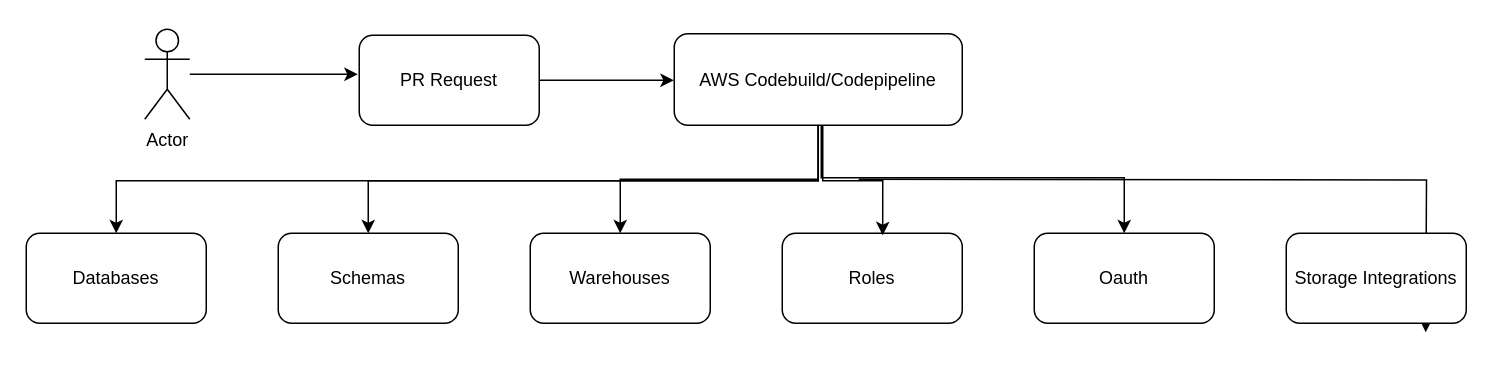
This is snowflake.drawio from SonakshiSrivastava08/draw.io, a draw.io file, before an edit. Source tidied: cells renumbered, new cells numbered last; positions are measured from the earlier drawing's top-left corner, leaving out a move shared by most shapes. Both pictures are drawn from the tidied source at 150%, with x=0, y=0 at pixel (26, 28).
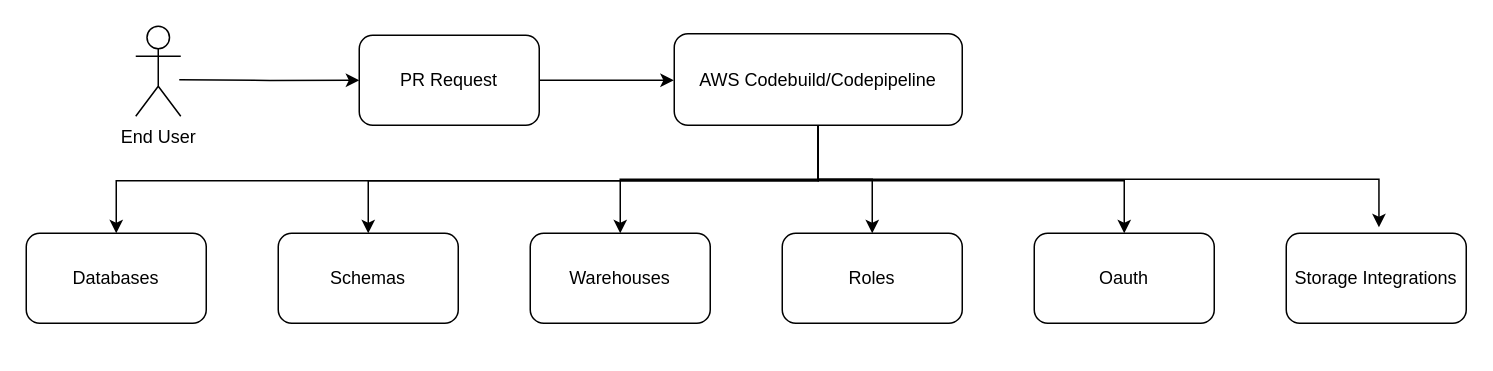
Above is the later version.

The change refers to these unchanged cells:
```xml
<mxCell id="5" value="PR Request" style="rounded=1;whiteSpace=wrap;html=1;" parent="1" vertex="1">
  <mxGeometry x="222" y="4" width="120" height="60" as="geometry" />
</mxCell>
<mxCell id="11" value="AWS Codebuild/Codepipeline" style="rounded=1;whiteSpace=wrap;html=1;" parent="1" vertex="1">
  <mxGeometry x="432" y="3" width="192" height="61" as="geometry" />
</mxCell>
<mxCell id="13" value="Oauth" style="rounded=1;whiteSpace=wrap;html=1;" parent="1" vertex="1">
  <mxGeometry x="672" y="136" width="120" height="60" as="geometry" />
</mxCell>
<mxCell id="14" value="Roles" style="rounded=1;whiteSpace=wrap;html=1;" parent="1" vertex="1">
  <mxGeometry x="504" y="136" width="120" height="60" as="geometry" />
</mxCell>
```

Change to the diagram source:
```diff
@@
-    <mxCell id="2" style="edgeStyle=orthogonalEdgeStyle;rounded=0;jettySize=auto;html=1;" parent="1" edge="1" source="3">
-      <mxGeometry relative="1" as="geometry">
-        <mxPoint x="221" y="30" as="targetPoint" />
-      </mxGeometry>
-    </mxCell>
-    <mxCell id="3" value="Actor" style="shape=umlActor;verticalLabelPosition=bottom;verticalAlign=top;html=1;outlineConnect=0;" parent="1" vertex="1">
-      <mxGeometry x="79" width="30" height="60" as="geometry" />
-    </mxCell>
@@
+    <mxCell id="18" style="edgeStyle=orthogonalEdgeStyle;rounded=0;jettySize=auto;html=1;entryX=0.5;entryY=0;entryDx=0;entryDy=0;" parent="1" edge="1" source="11" target="14">
+      <mxGeometry relative="1" as="geometry" />
+    </mxCell>
+    <mxCell id="9" style="edgeStyle=orthogonalEdgeStyle;rounded=0;jettySize=auto;html=1;entryX=0.5;entryY=0;entryDx=0;entryDy=0;" parent="1" edge="1" source="11" target="13">
+      <mxGeometry relative="1" as="geometry">
+        <Array as="points">
+          <mxPoint x="528" y="101" />
+          <mxPoint x="732" y="101" />
+        </Array>
+      </mxGeometry>
+    </mxCell>
+    <mxCell id="19" style="edgeStyle=orthogonalEdgeStyle;rounded=0;jettySize=auto;html=1;" parent="1" edge="1" source="11">
+      <mxGeometry relative="1" as="geometry">
+        <mxPoint x="901.8" y="132" as="targetPoint" />
+        <Array as="points">
+          <mxPoint x="528" y="100" />
+          <mxPoint x="902" y="100" />
+        </Array>
+      </mxGeometry>
+    </mxCell>
@@
-    <mxCell id="9" style="edgeStyle=orthogonalEdgeStyle;rounded=0;jettySize=auto;html=1;entryX=0.5;entryY=0;entryDx=0;entryDy=0;" parent="1" edge="1" source="11" target="13">
-      <mxGeometry relative="1" as="geometry">
-        <Array as="points">
-          <mxPoint x="530" y="99" />
-          <mxPoint x="732" y="99" />
-        </Array>
-      </mxGeometry>
-    </mxCell>
-    <mxCell id="10" style="edgeStyle=orthogonalEdgeStyle;rounded=0;orthogonalLoop=1;jettySize=auto;html=1;entryX=0.75;entryY=0;entryDx=0;entryDy=0;" parent="1" edge="1">
-      <mxGeometry relative="1" as="geometry">
-        <mxPoint x="555" y="100" as="sourcePoint" />
-        <mxPoint x="933" y="202" as="targetPoint" />
-      </mxGeometry>
-    </mxCell>
@@
-    <mxCell id="18" style="edgeStyle=orthogonalEdgeStyle;rounded=0;jettySize=auto;html=1;entryX=0.558;entryY=0.022;entryDx=0;entryDy=0;entryPerimeter=0;" parent="1" edge="1" source="11" target="14">
-      <mxGeometry relative="1" as="geometry">
-        <Array as="points">
-          <mxPoint x="531" y="101" />
-          <mxPoint x="571" y="101" />
-        </Array>
-      </mxGeometry>
-    </mxCell>
+    <mxCell id="20" style="edgeStyle=orthogonalEdgeStyle;rounded=0;jettySize=auto;html=1;entryX=0;entryY=0.5;entryDx=0;entryDy=0;" parent="1" edge="1" target="5">
+      <mxGeometry relative="1" as="geometry">
+        <mxPoint x="102" y="33.6" as="sourcePoint" />
+      </mxGeometry>
+    </mxCell>
+    <mxCell id="21" value="End User" style="shape=umlActor;verticalLabelPosition=bottom;verticalAlign=top;html=1;" parent="1" vertex="1">
+      <mxGeometry x="73" y="-2" width="30" height="60" as="geometry" />
+    </mxCell>
```
